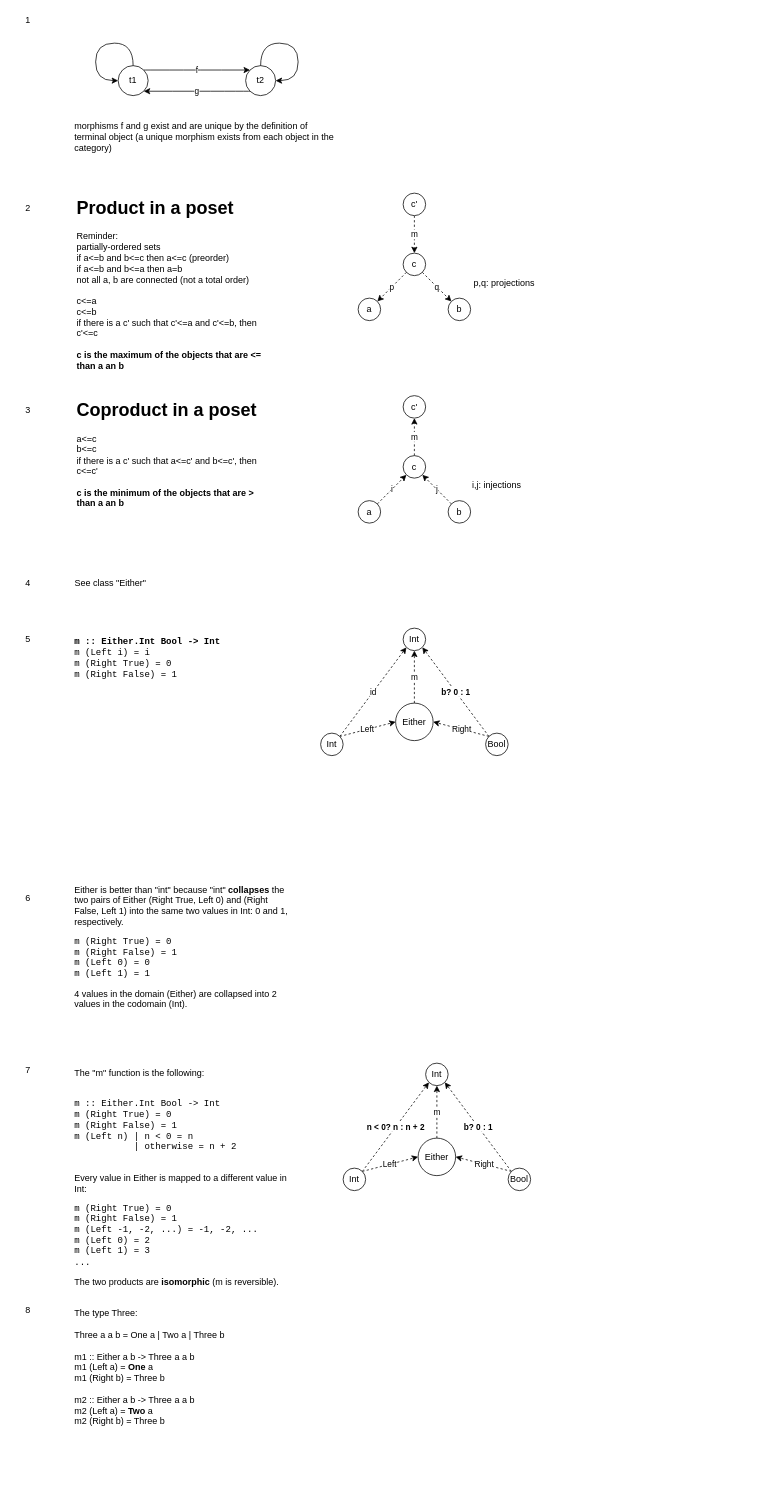
Before: ch5.drawio in miladhub/catexercises, a draw.io diagram. Source tidied: cells renumbered, new cells numbered last; positions are measured from the earlier drawing's top-left corner, leaving out a move shared by most shapes. Both pictures are drawn from the tidied source at 75%, with x=0, y=0 at pixel (13, 13).
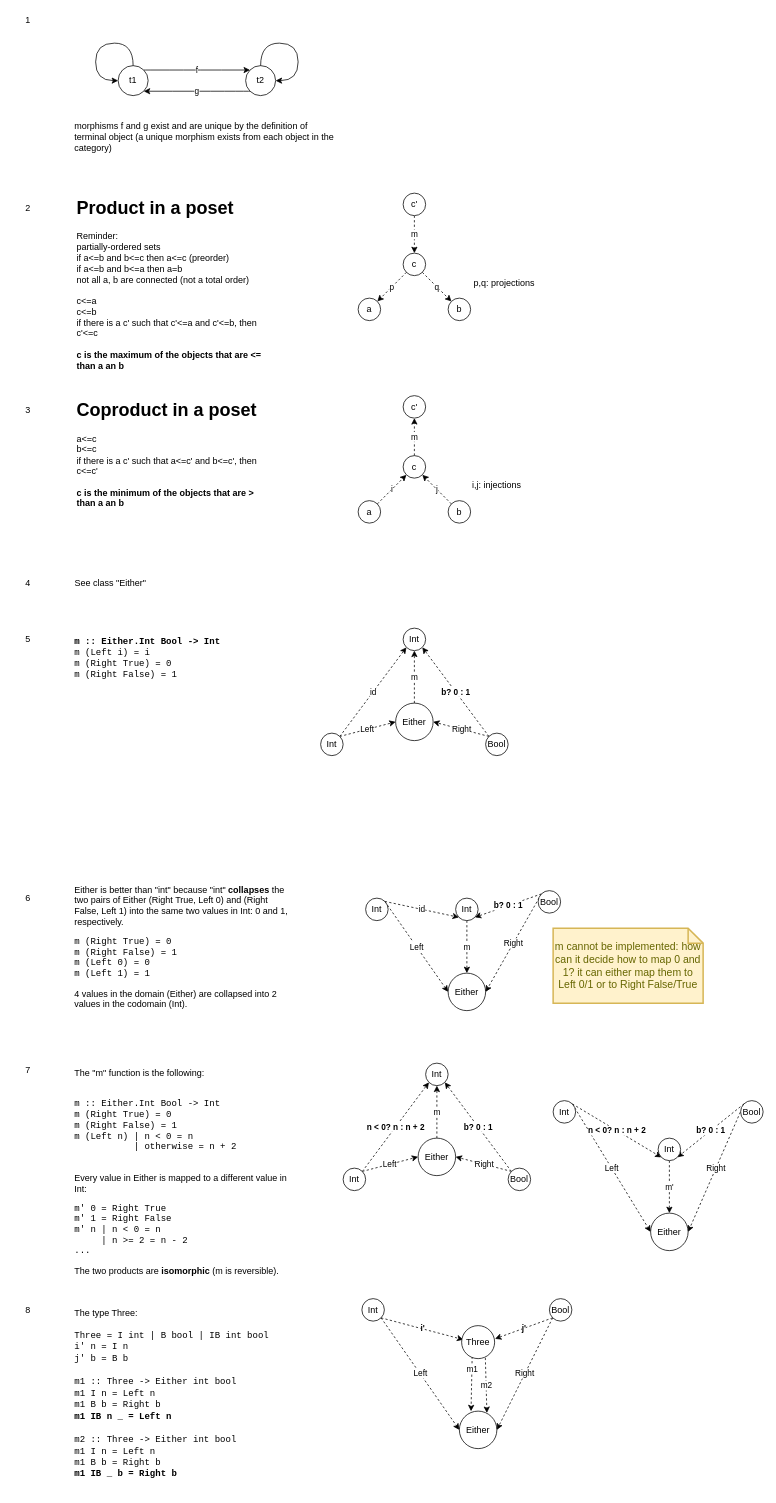
The same diagram, later.

The edit, as a diff of the source:
```diff
@@
-    <mxCell id="46" value="The &quot;m&quot; function is the following:&lt;br&gt;&lt;br&gt;&lt;pre&gt;m :: Either.Int Bool -&amp;gt; Int&lt;br&gt;m (Right True) = 0&lt;br&gt;m (Right False) = 1&lt;br&gt;m (Left n) | n &amp;lt; 0 = n&lt;br&gt;           | otherwise = n + 2&lt;/pre&gt;&lt;div&gt;&lt;br&gt;&lt;/div&gt;Every value in Either is mapped to a different value in Int:&lt;br&gt;&lt;pre&gt;m (Right True) = 0&lt;br&gt;m (Right False) = 1&lt;br&gt;m (Left -1, -2, ...) = -1, -2, ...&lt;br/&gt;m (Left 0) = 2&lt;br/&gt;m (Left 1) = 3&lt;br/&gt;...&lt;/pre&gt;The two products are &lt;b&gt;isomorphic&lt;/b&gt; (m is reversible)." style="text;html=1;strokeColor=none;fillColor=none;align=left;verticalAlign=top;whiteSpace=wrap;rounded=0;" parent="1" vertex="1">
+    <mxCell id="46" value="The &quot;m&quot; function is the following:&lt;br&gt;&lt;br&gt;&lt;pre&gt;m :: Either.Int Bool -&amp;gt; Int&lt;br&gt;m (Right True) = 0&lt;br&gt;m (Right False) = 1&lt;br&gt;m (Left n) | n &amp;lt; 0 = n&lt;br&gt;           | otherwise = n + 2&lt;/pre&gt;&lt;div&gt;&lt;br&gt;&lt;/div&gt;Every value in Either is mapped to a different value in Int:&lt;br&gt;&lt;pre&gt;m' 0 = Right True&lt;br&gt;m' 1 = Right False&lt;br&gt;m' n | n &amp;lt; 0 = n&lt;br/&gt;     | n &amp;gt;= 2 = n - 2&lt;br&gt;...&lt;/pre&gt;The two products are &lt;b&gt;isomorphic&lt;/b&gt; (m is reversible)." style="text;html=1;strokeColor=none;fillColor=none;align=left;verticalAlign=top;whiteSpace=wrap;rounded=0;" parent="1" vertex="1">
       <mxGeometry x="80" y="1400" width="290" height="300" as="geometry" />
     </mxCell>
@@
-    <mxCell id="57" value="The type Three:&lt;br&gt;&lt;br&gt;Three a a b = One a | Two a | Three b&lt;br&gt;&lt;br&gt;m1 :: Either a b -&amp;gt; Three a a b&lt;br&gt;m1 (Left a) = &lt;b&gt;One&lt;/b&gt; a&lt;br&gt;m1 (Right b) = Three b&lt;br&gt;&lt;br&gt;m2 :: Either a b -&amp;gt; Three a a b&lt;br&gt;m2 (Left a) = &lt;b&gt;Two&lt;/b&gt; a&lt;br&gt;m2 (Right b) = Three b" style="text;html=1;strokeColor=none;fillColor=none;align=left;verticalAlign=top;whiteSpace=wrap;rounded=0;fontFamily=Helvetica;" parent="1" vertex="1">
-      <mxGeometry x="80" y="1720" width="320" height="180" as="geometry" />
+    <mxCell id="57" value="The type Three:&lt;br&gt;&lt;br&gt;&lt;font face=&quot;Courier New&quot;&gt;Three = I int | B bool | IB int bool&lt;br&gt;i' n = I n&lt;br&gt;j' b = B b&lt;br&gt;&lt;br&gt;m1 :: Three -&amp;gt; Either int bool&lt;br&gt;m1 I n = Left n&lt;br&gt;m1 B b = Right b&lt;br&gt;&lt;b&gt;m1 IB n _ = Left n&lt;br&gt;&lt;/b&gt;&lt;br&gt;m2 :: Three -&amp;gt; Either int bool&lt;/font&gt;&lt;br style=&quot;border-color: var(--border-color); font-family: &amp;quot;Courier New&amp;quot;;&quot;&gt;&lt;span style=&quot;font-family: &amp;quot;Courier New&amp;quot;;&quot;&gt;m1 I n = Left n&lt;/span&gt;&lt;br style=&quot;border-color: var(--border-color); font-family: &amp;quot;Courier New&amp;quot;;&quot;&gt;&lt;span style=&quot;font-family: &amp;quot;Courier New&amp;quot;;&quot;&gt;m1 B b = Right b&lt;/span&gt;&lt;br style=&quot;border-color: var(--border-color); font-family: &amp;quot;Courier New&amp;quot;;&quot;&gt;&lt;span style=&quot;font-family: &amp;quot;Courier New&amp;quot;;&quot;&gt;&lt;b&gt;m1 IB _ b = Right b&lt;/b&gt;&lt;/span&gt;&lt;font face=&quot;Courier New&quot;&gt;&lt;br&gt;&lt;/font&gt;" style="text;html=1;strokeColor=none;fillColor=none;align=left;verticalAlign=top;whiteSpace=wrap;rounded=0;fontFamily=Helvetica;" parent="1" vertex="1">
+      <mxGeometry x="80" y="1720" width="370" height="250" as="geometry" />
     </mxCell>
+    <mxCell id="58" value="m" style="edgeStyle=none;rounded=0;jettySize=auto;html=1;entryX=0.5;entryY=0;entryDx=0;entryDy=0;dashed=1;strokeColor=#000000;exitX=0.5;exitY=1;exitDx=0;exitDy=0;" parent="1" edge="1" source="66" target="59">
+      <mxGeometry relative="1" as="geometry" />
+    </mxCell>
+    <mxCell id="59" value="Either" style="ellipse;whiteSpace=wrap;html=1;align=center;" parent="1" vertex="1">
+      <mxGeometry x="580" y="1280" width="50" height="50" as="geometry" />
+    </mxCell>
+    <mxCell id="60" value="Right" style="edgeStyle=none;rounded=0;jettySize=auto;html=1;exitX=0;exitY=0;exitDx=0;exitDy=0;entryX=1;entryY=0.5;entryDx=0;entryDy=0;strokeColor=#000000;dashed=1;" parent="1" edge="1" source="62" target="59">
+      <mxGeometry relative="1" as="geometry" />
+    </mxCell>
+    <mxCell id="61" value="b? 0 : 1" style="edgeStyle=none;rounded=0;jettySize=auto;html=1;exitX=0;exitY=0;exitDx=0;exitDy=0;entryX=1;entryY=1;entryDx=0;entryDy=0;dashed=1;strokeColor=#000000;fontStyle=1;" parent="1" edge="1" source="62" target="66">
+      <mxGeometry relative="1" as="geometry" />
+    </mxCell>
+    <mxCell id="62" value="Bool" style="ellipse;whiteSpace=wrap;html=1;align=center;" parent="1" vertex="1">
+      <mxGeometry x="700" y="1170" width="30" height="30" as="geometry" />
+    </mxCell>
+    <mxCell id="63" value="Left" style="jettySize=auto;html=1;exitX=1;exitY=0;exitDx=0;exitDy=0;entryX=0;entryY=0.5;entryDx=0;entryDy=0;rounded=0;dashed=1;" parent="1" edge="1" source="65" target="59">
+      <mxGeometry relative="1" as="geometry" />
+    </mxCell>
+    <mxCell id="64" value="id" style="edgeStyle=none;rounded=0;jettySize=auto;html=1;exitX=1;exitY=0;exitDx=0;exitDy=0;entryX=0;entryY=1;entryDx=0;entryDy=0;dashed=1;strokeColor=#000000;" parent="1" edge="1" source="65" target="66">
+      <mxGeometry relative="1" as="geometry" />
+    </mxCell>
+    <mxCell id="65" value="Int" style="ellipse;whiteSpace=wrap;html=1;align=center;" parent="1" vertex="1">
+      <mxGeometry x="470" y="1180" width="30" height="30" as="geometry" />
+    </mxCell>
+    <mxCell id="66" value="Int" style="ellipse;whiteSpace=wrap;html=1;align=center;" parent="1" vertex="1">
+      <mxGeometry x="590" y="1180" width="30" height="30" as="geometry" />
+    </mxCell>
+    <mxCell id="67" value="m cannot be implemented: how can it decide how to map 0 and 1? it can either map them to Left 0/1 or to Right False/True" style="shape=note;strokeWidth=2;fontSize=14;size=20;whiteSpace=wrap;html=1;fillColor=#fff2cc;strokeColor=#d6b656;fontColor=#666600;" parent="1" vertex="1">
+      <mxGeometry x="720" y="1220" width="200" height="100" as="geometry" />
+    </mxCell>
+    <mxCell id="68" value="m'" style="edgeStyle=none;rounded=0;jettySize=auto;html=1;exitX=0.5;exitY=1;exitDx=0;exitDy=0;dashed=1;strokeColor=#000000;entryX=0.5;entryY=0;entryDx=0;entryDy=0;" parent="1" edge="1" source="76" target="69">
+      <mxGeometry relative="1" as="geometry" />
+    </mxCell>
+    <mxCell id="69" value="Either" style="ellipse;whiteSpace=wrap;html=1;align=center;" parent="1" vertex="1">
+      <mxGeometry x="850" y="1600" width="50" height="50" as="geometry" />
+    </mxCell>
+    <mxCell id="70" value="Right" style="edgeStyle=none;rounded=0;jettySize=auto;html=1;exitX=0;exitY=0;exitDx=0;exitDy=0;entryX=1;entryY=0.5;entryDx=0;entryDy=0;strokeColor=#000000;dashed=1;" parent="1" edge="1" source="72" target="69">
+      <mxGeometry relative="1" as="geometry" />
+    </mxCell>
+    <mxCell id="71" value="b? 0 : 1" style="edgeStyle=none;rounded=0;jettySize=auto;html=1;exitX=0;exitY=0;exitDx=0;exitDy=0;entryX=1;entryY=1;entryDx=0;entryDy=0;dashed=1;strokeColor=#000000;fontStyle=1;" parent="1" edge="1" source="72" target="76">
+      <mxGeometry relative="1" as="geometry" />
+    </mxCell>
+    <mxCell id="72" value="Bool" style="ellipse;whiteSpace=wrap;html=1;align=center;" parent="1" vertex="1">
+      <mxGeometry x="970" y="1450" width="30" height="30" as="geometry" />
+    </mxCell>
+    <mxCell id="73" value="Left" style="jettySize=auto;html=1;exitX=1;exitY=0;exitDx=0;exitDy=0;entryX=0;entryY=0.5;entryDx=0;entryDy=0;rounded=0;dashed=1;" parent="1" edge="1" source="75" target="69">
+      <mxGeometry relative="1" as="geometry" />
+    </mxCell>
+    <mxCell id="74" value="n &amp;lt; 0? n : n + 2" style="edgeStyle=none;rounded=0;jettySize=auto;html=1;exitX=1;exitY=0;exitDx=0;exitDy=0;entryX=0;entryY=1;entryDx=0;entryDy=0;dashed=1;strokeColor=#000000;fontStyle=1;" parent="1" edge="1" source="75" target="76">
+      <mxGeometry relative="1" as="geometry" />
+    </mxCell>
+    <mxCell id="75" value="Int" style="ellipse;whiteSpace=wrap;html=1;align=center;" parent="1" vertex="1">
+      <mxGeometry x="720" y="1450" width="30" height="30" as="geometry" />
+    </mxCell>
+    <mxCell id="76" value="Int" style="ellipse;whiteSpace=wrap;html=1;align=center;" parent="1" vertex="1">
+      <mxGeometry x="860" y="1500" width="30" height="30" as="geometry" />
+    </mxCell>
+    <mxCell id="77" value="m1" style="edgeStyle=none;rounded=0;jettySize=auto;html=1;exitX=0.319;exitY=0.938;exitDx=0;exitDy=0;dashed=1;strokeColor=#000000;exitPerimeter=0;entryX=0.311;entryY=0.003;entryDx=0;entryDy=0;entryPerimeter=0;" parent="1" edge="1" source="85" target="78">
+      <mxGeometry x="-0.54" relative="1" as="geometry" />
+    </mxCell>
+    <mxCell id="78" value="Either" style="ellipse;whiteSpace=wrap;html=1;align=center;" parent="1" vertex="1">
+      <mxGeometry x="595" y="1864" width="50" height="50" as="geometry" />
+    </mxCell>
+    <mxCell id="79" value="Right" style="edgeStyle=none;rounded=0;jettySize=auto;html=1;exitX=0;exitY=1;exitDx=0;exitDy=0;entryX=1;entryY=0.5;entryDx=0;entryDy=0;strokeColor=#000000;dashed=1;" parent="1" edge="1" source="81" target="78">
+      <mxGeometry relative="1" as="geometry" />
+    </mxCell>
+    <mxCell id="80" value="j'" style="edgeStyle=none;rounded=0;jettySize=auto;html=1;exitX=0;exitY=1;exitDx=0;exitDy=0;entryX=1.013;entryY=0.399;entryDx=0;entryDy=0;dashed=1;strokeColor=#000000;fontStyle=1;entryPerimeter=0;" parent="1" edge="1" source="81" target="85">
+      <mxGeometry relative="1" as="geometry" />
+    </mxCell>
+    <mxCell id="81" value="Bool" style="ellipse;whiteSpace=wrap;html=1;align=center;" parent="1" vertex="1">
+      <mxGeometry x="715" y="1714" width="30" height="30" as="geometry" />
+    </mxCell>
+    <mxCell id="82" value="Left" style="jettySize=auto;html=1;exitX=1;exitY=1;exitDx=0;exitDy=0;entryX=0;entryY=0.5;entryDx=0;entryDy=0;rounded=0;dashed=1;" parent="1" edge="1" source="84" target="78">
+      <mxGeometry relative="1" as="geometry" />
+    </mxCell>
+    <mxCell id="83" value="i'" style="edgeStyle=none;rounded=0;jettySize=auto;html=1;exitX=1;exitY=1;exitDx=0;exitDy=0;entryX=0.052;entryY=0.425;entryDx=0;entryDy=0;dashed=1;strokeColor=#000000;fontStyle=1;entryPerimeter=0;" parent="1" edge="1" source="84" target="85">
+      <mxGeometry relative="1" as="geometry" />
+    </mxCell>
+    <mxCell id="84" value="Int" style="ellipse;whiteSpace=wrap;html=1;align=center;" parent="1" vertex="1">
+      <mxGeometry x="465" y="1714" width="30" height="30" as="geometry" />
+    </mxCell>
+    <mxCell id="85" value="Three" style="ellipse;whiteSpace=wrap;html=1;align=center;" parent="1" vertex="1">
+      <mxGeometry x="598" y="1750" width="44" height="44" as="geometry" />
+    </mxCell>
+    <mxCell id="86" value="m2" style="edgeStyle=none;rounded=0;jettySize=auto;html=1;dashed=1;strokeColor=#000000;entryX=0.734;entryY=0.049;entryDx=0;entryDy=0;exitX=0.719;exitY=0.976;exitDx=0;exitDy=0;exitPerimeter=0;entryPerimeter=0;" parent="1" edge="1" source="85" target="78">
+      <mxGeometry relative="1" as="geometry" />
+    </mxCell>
```
